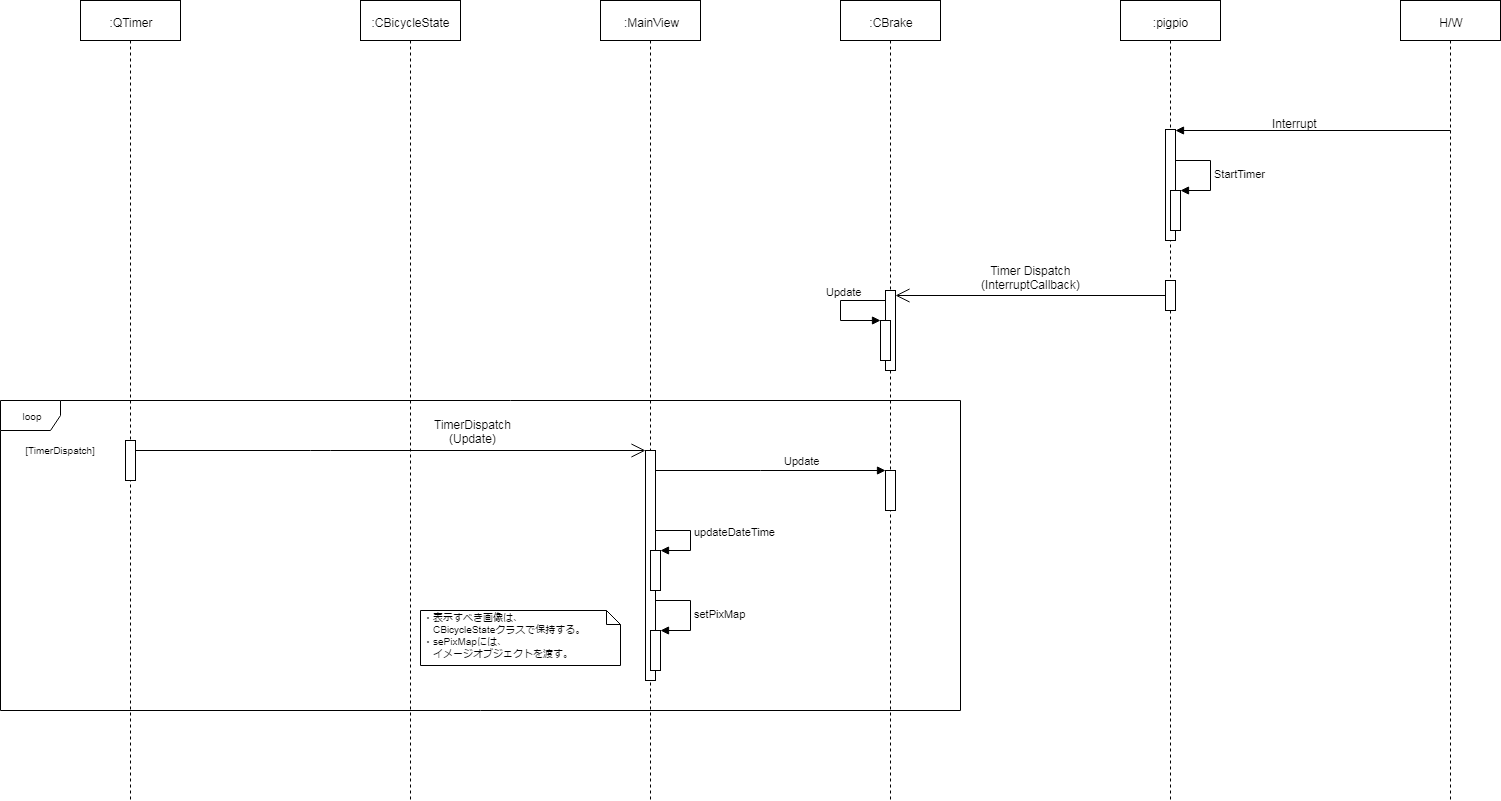
CountrySideEngineer/BicycleFrontPanel keeps this draw.io diagram as dev/doc/diagram/design_diagram-Sequence(brake).png. Above is the earlier version. Source tidied: cells renumbered, new cells last; positions are measured from the earlier drawing's top-left corner, leaving out a move shared by most shapes. Source of this version:
```xml
<mxGraphModel>
  <root>
    <mxCell id="0" />
    <mxCell id="1" parent="0" />
    <mxCell id="2" value="loop" style="shape=umlFrame;whiteSpace=wrap;html=1;strokeColor=#000000;fillColor=#ffffff;fontSize=10;" parent="1" vertex="1">
      <mxGeometry y="400" width="960" height="310" as="geometry" />
    </mxCell>
    <mxCell id="3" value=":CBrake" style="shape=umlLifeline;perimeter=lifelinePerimeter;whiteSpace=wrap;html=1;" parent="1" vertex="1">
      <mxGeometry x="840" width="100" height="800" as="geometry" />
    </mxCell>
    <mxCell id="4" style="html=1;points=[];perimeter=orthogonalPerimeter;" parent="3" vertex="1">
      <mxGeometry x="45" y="290" width="10" height="80" as="geometry" />
    </mxCell>
    <mxCell id="5" style="html=1;points=[];perimeter=orthogonalPerimeter;" parent="3" vertex="1">
      <mxGeometry x="45" y="470" width="10" height="40" as="geometry" />
    </mxCell>
    <mxCell id="6" value=":pigpio" style="shape=umlLifeline;perimeter=lifelinePerimeter;whiteSpace=wrap;html=1;" parent="1" vertex="1">
      <mxGeometry x="1120" width="100" height="800" as="geometry" />
    </mxCell>
    <mxCell id="7" style="html=1;points=[];perimeter=orthogonalPerimeter;" parent="6" vertex="1">
      <mxGeometry x="45" y="129" width="10" height="111" as="geometry" />
    </mxCell>
    <mxCell id="8" style="html=1;points=[];perimeter=orthogonalPerimeter;" parent="6" vertex="1">
      <mxGeometry x="50" y="190" width="10" height="40" as="geometry" />
    </mxCell>
    <mxCell id="9" value="StartTimer" style="edgeStyle=orthogonalEdgeStyle;html=1;align=left;spacingLeft=2;endArrow=block;rounded=0;" parent="6" edge="1" source="7" target="8">
      <mxGeometry relative="1" as="geometry">
        <Array as="points">
          <mxPoint x="90" y="160" />
          <mxPoint x="90" y="190" />
        </Array>
      </mxGeometry>
    </mxCell>
    <mxCell id="10" style="html=1;points=[];perimeter=orthogonalPerimeter;" parent="6" vertex="1">
      <mxGeometry x="45" y="280" width="10" height="30" as="geometry" />
    </mxCell>
    <mxCell id="11" value="H/W" style="shape=umlLifeline;perimeter=lifelinePerimeter;whiteSpace=wrap;html=1;" parent="1" vertex="1">
      <mxGeometry x="1400" width="100" height="800" as="geometry" />
    </mxCell>
    <mxCell id="12" style="endArrow=block;endFill=1;html=1;edgeStyle=orthogonalEdgeStyle;align=left;verticalAlign=top;" parent="1" edge="1">
      <mxGeometry y="-134" relative="1" as="geometry">
        <mxPoint x="1450" y="130" as="sourcePoint" />
        <mxPoint x="1175" y="130" as="targetPoint" />
        <Array as="points">
          <mxPoint x="1450" y="130" />
          <mxPoint x="1175" y="130" />
        </Array>
        <mxPoint x="133" y="114" as="offset" />
      </mxGeometry>
    </mxCell>
    <mxCell id="13" value="Interrupt&lt;br&gt;" style="text;html=1;align=left;verticalAlign=top;spacingTop=-4;" parent="1" vertex="1">
      <mxGeometry x="1270" y="114" width="60" height="10" as="geometry" />
    </mxCell>
    <mxCell id="14" style="endArrow=open;endFill=1;endSize=12;html=1;" parent="1" edge="1" source="10" target="4">
      <mxGeometry relative="1" as="geometry" />
    </mxCell>
    <mxCell id="15" value="Timer Dispatch&lt;br&gt;(InterruptCallback)&lt;br&gt;" style="text;html=1;align=center;verticalAlign=middle;labelBackgroundColor=#ffffff;" parent="14" vertex="1">
      <mxGeometry x="0.15" y="-1" relative="1" as="geometry">
        <mxPoint x="20" y="-18" as="offset" />
      </mxGeometry>
    </mxCell>
    <mxCell id="16" value=":QTimer" style="shape=umlLifeline;perimeter=lifelinePerimeter;whiteSpace=wrap;html=1;" parent="1" vertex="1">
      <mxGeometry x="80" width="100" height="800" as="geometry" />
    </mxCell>
    <mxCell id="17" style="html=1;points=[];perimeter=orthogonalPerimeter;" parent="16" vertex="1">
      <mxGeometry x="45" y="440" width="10" height="40" as="geometry" />
    </mxCell>
    <mxCell id="18" value=":CBicycleState" style="shape=umlLifeline;perimeter=lifelinePerimeter;whiteSpace=wrap;html=1;" parent="1" vertex="1">
      <mxGeometry x="360" width="100" height="800" as="geometry" />
    </mxCell>
    <mxCell id="19" value="Update" style="html=1;verticalAlign=bottom;endArrow=block;rounded=0;" parent="1" edge="1" source="4" target="20">
      <mxGeometry x="-0.21" relative="1" as="geometry">
        <Array as="points">
          <mxPoint x="840" y="300" />
          <mxPoint x="840" y="320" />
        </Array>
      </mxGeometry>
    </mxCell>
    <mxCell id="20" style="html=1;points=[];perimeter=orthogonalPerimeter;" parent="1" vertex="1">
      <mxGeometry x="880" y="320" width="10" height="40" as="geometry" />
    </mxCell>
    <mxCell id="21" style="endArrow=open;endFill=1;endSize=12;html=1;" parent="1" edge="1" source="17" target="25">
      <mxGeometry relative="1" as="geometry">
        <Array as="points">
          <mxPoint x="320" y="450" />
        </Array>
      </mxGeometry>
    </mxCell>
    <mxCell id="22" value="&lt;div&gt;TimerDispatch&lt;/div&gt;&lt;div&gt;(Update)&lt;/div&gt;" style="text;html=1;align=center;verticalAlign=middle;labelBackgroundColor=#ffffff;" parent="21" vertex="1">
      <mxGeometry x="0.44" y="1" relative="1" as="geometry">
        <mxPoint x="-29" y="-19" as="offset" />
      </mxGeometry>
    </mxCell>
    <mxCell id="23" value=":MainView" style="shape=umlLifeline;perimeter=lifelinePerimeter;whiteSpace=wrap;html=1;" parent="1" vertex="1">
      <mxGeometry x="600" width="100" height="800" as="geometry" />
    </mxCell>
    <mxCell id="24" value="・表示すべき画像は、&lt;br&gt;　CBicycleStateクラスで保持する。&lt;br style=&quot;font-size: 10px&quot;&gt;・sePixMapには、&lt;br&gt;　イメージオブジェクトを渡す。&lt;br style=&quot;font-size: 10px&quot;&gt;" style="shape=note;whiteSpace=wrap;html=1;size=14;verticalAlign=top;align=left;spacingTop=-6;strokeColor=#000000;fillColor=#ffffff;fontSize=10;" parent="1" vertex="1">
      <mxGeometry x="420" y="610" width="200" height="55" as="geometry" />
    </mxCell>
    <mxCell id="25" style="html=1;points=[];perimeter=orthogonalPerimeter;" parent="1" vertex="1">
      <mxGeometry x="645" y="450" width="10" height="230" as="geometry" />
    </mxCell>
    <mxCell id="26" value="Update" style="edgeStyle=orthogonalEdgeStyle;html=1;align=left;spacingLeft=2;endArrow=block;rounded=0;" parent="1" edge="1" source="25" target="5">
      <mxGeometry x="0.09" y="10" relative="1" as="geometry">
        <Array as="points">
          <mxPoint x="760" y="470" />
          <mxPoint x="760" y="470" />
        </Array>
      </mxGeometry>
    </mxCell>
    <mxCell id="27" style="html=1;points=[];perimeter=orthogonalPerimeter;strokeColor=#000000;fillColor=#ffffff;" parent="1" vertex="1">
      <mxGeometry x="650" y="630" width="10" height="40" as="geometry" />
    </mxCell>
    <mxCell id="28" value="setPixMap" style="edgeStyle=orthogonalEdgeStyle;html=1;align=left;spacingLeft=2;endArrow=block;rounded=0;entryX=1;entryY=0;" parent="1" edge="1" source="25" target="27">
      <mxGeometry relative="1" as="geometry">
        <Array as="points">
          <mxPoint x="690" y="600" />
          <mxPoint x="690" y="630" />
        </Array>
      </mxGeometry>
    </mxCell>
    <mxCell id="29" style="html=1;points=[];perimeter=orthogonalPerimeter;strokeColor=#000000;fillColor=#ffffff;" parent="1" vertex="1">
      <mxGeometry x="650" y="550" width="10" height="40" as="geometry" />
    </mxCell>
    <mxCell id="30" value="updateDateTime" style="edgeStyle=orthogonalEdgeStyle;html=1;align=left;spacingLeft=2;endArrow=block;rounded=0;entryX=1;entryY=0;" parent="1" edge="1" target="29">
      <mxGeometry x="-0.03" relative="1" as="geometry">
        <mxPoint x="655" y="540.2" as="sourcePoint" />
        <Array as="points">
          <mxPoint x="655" y="530" />
          <mxPoint x="690" y="530" />
          <mxPoint x="690" y="550" />
        </Array>
      </mxGeometry>
    </mxCell>
    <mxCell id="31" value="[TimerDispatch]" style="text;html=1;strokeColor=none;fillColor=none;align=center;verticalAlign=middle;whiteSpace=wrap;rounded=0;fontSize=10;" parent="1" vertex="1">
      <mxGeometry x="10" y="440" width="100" height="20" as="geometry" />
    </mxCell>
  </root>
</mxGraphModel>
```
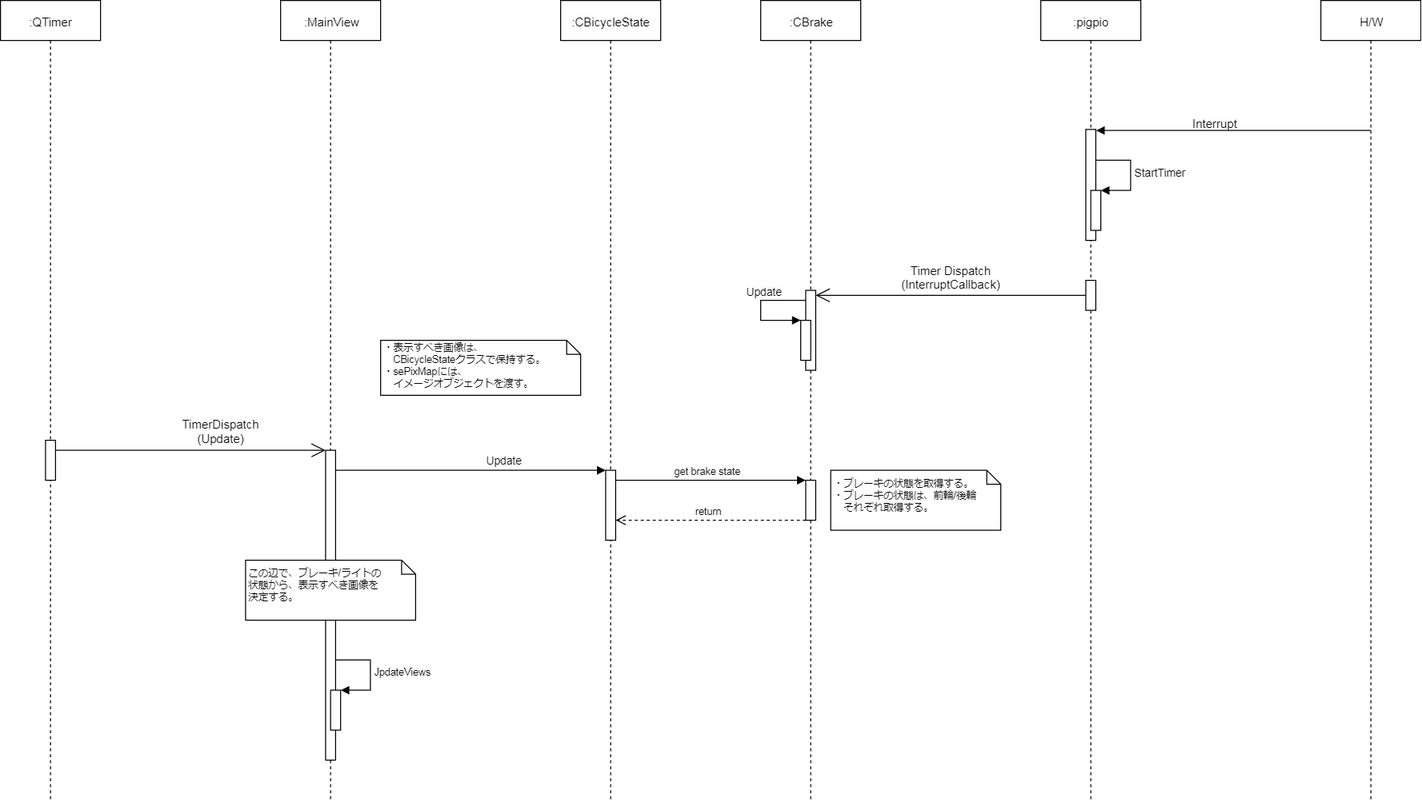
The same file after the commit.

Commit message:
Update design documents. -Update sequence class of brake, rotate, and velocity to update. -Update pictures of upper diagram.

Diff of the diagram source:
```diff
@@ -2,18 +2,15 @@
   <root>
     <mxCell id="0" />
     <mxCell id="1" parent="0" />
-    <mxCell id="2" value="loop" style="shape=umlFrame;whiteSpace=wrap;html=1;strokeColor=#000000;fillColor=#ffffff;fontSize=10;" parent="1" vertex="1">
-      <mxGeometry y="400" width="960" height="310" as="geometry" />
-    </mxCell>
     <mxCell id="3" value=":CBrake" style="shape=umlLifeline;perimeter=lifelinePerimeter;whiteSpace=wrap;html=1;" parent="1" vertex="1">
       <mxGeometry x="840" width="100" height="800" as="geometry" />
     </mxCell>
     <mxCell id="4" style="html=1;points=[];perimeter=orthogonalPerimeter;" parent="3" vertex="1">
       <mxGeometry x="45" y="290" width="10" height="80" as="geometry" />
     </mxCell>
-    <mxCell id="5" style="html=1;points=[];perimeter=orthogonalPerimeter;" parent="3" vertex="1">
-      <mxGeometry x="45" y="470" width="10" height="40" as="geometry" />
-    </mxCell>
+    <mxCell id="32" style="html=1;points=[];perimeter=orthogonalPerimeter;fontSize=10;" parent="3" vertex="1">
+      <mxGeometry x="45" y="480" width="10" height="40" as="geometry" />
+    </mxCell>
     <mxCell id="6" value=":pigpio" style="shape=umlLifeline;perimeter=lifelinePerimeter;whiteSpace=wrap;html=1;" parent="1" vertex="1">
       <mxGeometry x="1120" width="100" height="800" as="geometry" />
     </mxCell>
@@ -66,8 +63,11 @@
       <mxGeometry x="45" y="440" width="10" height="40" as="geometry" />
     </mxCell>
     <mxCell id="18" value=":CBicycleState" style="shape=umlLifeline;perimeter=lifelinePerimeter;whiteSpace=wrap;html=1;" parent="1" vertex="1">
-      <mxGeometry x="360" width="100" height="800" as="geometry" />
+      <mxGeometry x="640" width="100" height="800" as="geometry" />
     </mxCell>
+    <mxCell id="5" style="html=1;points=[];perimeter=orthogonalPerimeter;" parent="18" vertex="1">
+      <mxGeometry x="45" y="470" width="10" height="70" as="geometry" />
+    </mxCell>
     <mxCell id="19" value="Update" style="html=1;verticalAlign=bottom;endArrow=block;rounded=0;" parent="1" edge="1" source="4" target="20">
       <mxGeometry x="-0.21" relative="1" as="geometry">
         <Array as="points">
@@ -92,48 +92,52 @@
       </mxGeometry>
     </mxCell>
     <mxCell id="23" value=":MainView" style="shape=umlLifeline;perimeter=lifelinePerimeter;whiteSpace=wrap;html=1;" parent="1" vertex="1">
-      <mxGeometry x="600" width="100" height="800" as="geometry" />
+      <mxGeometry x="360" width="100" height="800" as="geometry" />
     </mxCell>
+    <mxCell id="25" style="html=1;points=[];perimeter=orthogonalPerimeter;" parent="23" vertex="1">
+      <mxGeometry x="45" y="450" width="10" height="310" as="geometry" />
+    </mxCell>
+    <mxCell id="33" style="html=1;points=[];perimeter=orthogonalPerimeter;fontSize=10;" parent="23" vertex="1">
+      <mxGeometry x="50" y="690" width="10" height="40" as="geometry" />
+    </mxCell>
+    <mxCell id="34" value="JpdateViews" style="edgeStyle=orthogonalEdgeStyle;html=1;align=left;spacingLeft=2;endArrow=block;rounded=0;entryX=1;entryY=0;fontSize=10;" parent="23" edge="1" source="25" target="33">
+      <mxGeometry relative="1" as="geometry">
+        <Array as="points">
+          <mxPoint x="90" y="660" />
+          <mxPoint x="90" y="690" />
+        </Array>
+      </mxGeometry>
+    </mxCell>
     <mxCell id="24" value="・表示すべき画像は、&lt;br&gt;　CBicycleStateクラスで保持する。&lt;br style=&quot;font-size: 10px&quot;&gt;・sePixMapには、&lt;br&gt;　イメージオブジェクトを渡す。&lt;br style=&quot;font-size: 10px&quot;&gt;" style="shape=note;whiteSpace=wrap;html=1;size=14;verticalAlign=top;align=left;spacingTop=-6;strokeColor=#000000;fillColor=#ffffff;fontSize=10;" parent="1" vertex="1">
-      <mxGeometry x="420" y="610" width="200" height="55" as="geometry" />
+      <mxGeometry x="460" y="340" width="200" height="55" as="geometry" />
     </mxCell>
-    <mxCell id="25" style="html=1;points=[];perimeter=orthogonalPerimeter;" parent="1" vertex="1">
-      <mxGeometry x="645" y="450" width="10" height="230" as="geometry" />
-    </mxCell>
     <mxCell id="26" value="Update" style="edgeStyle=orthogonalEdgeStyle;html=1;align=left;spacingLeft=2;endArrow=block;rounded=0;" parent="1" edge="1" source="25" target="5">
       <mxGeometry x="0.09" y="10" relative="1" as="geometry">
         <Array as="points">
-          <mxPoint x="760" y="470" />
-          <mxPoint x="760" y="470" />
+          <mxPoint x="520" y="470" />
+          <mxPoint x="520" y="470" />
         </Array>
       </mxGeometry>
     </mxCell>
-    <mxCell id="27" style="html=1;points=[];perimeter=orthogonalPerimeter;strokeColor=#000000;fillColor=#ffffff;" parent="1" vertex="1">
-      <mxGeometry x="650" y="630" width="10" height="40" as="geometry" />
-    </mxCell>
-    <mxCell id="28" value="setPixMap" style="edgeStyle=orthogonalEdgeStyle;html=1;align=left;spacingLeft=2;endArrow=block;rounded=0;entryX=1;entryY=0;" parent="1" edge="1" source="25" target="27">
-      <mxGeometry relative="1" as="geometry">
-        <Array as="points">
-          <mxPoint x="690" y="600" />
-          <mxPoint x="690" y="630" />
-        </Array>
-      </mxGeometry>
-    </mxCell>
-    <mxCell id="29" style="html=1;points=[];perimeter=orthogonalPerimeter;strokeColor=#000000;fillColor=#ffffff;" parent="1" vertex="1">
-      <mxGeometry x="650" y="550" width="10" height="40" as="geometry" />
-    </mxCell>
-    <mxCell id="30" value="updateDateTime" style="edgeStyle=orthogonalEdgeStyle;html=1;align=left;spacingLeft=2;endArrow=block;rounded=0;entryX=1;entryY=0;" parent="1" edge="1" target="29">
-      <mxGeometry x="-0.03" relative="1" as="geometry">
-        <mxPoint x="655" y="540.2" as="sourcePoint" />
-        <Array as="points">
-          <mxPoint x="655" y="530" />
-          <mxPoint x="690" y="530" />
-          <mxPoint x="690" y="550" />
-        </Array>
-      </mxGeometry>
-    </mxCell>
-    <mxCell id="31" value="[TimerDispatch]" style="text;html=1;strokeColor=none;fillColor=none;align=center;verticalAlign=middle;whiteSpace=wrap;rounded=0;fontSize=10;" parent="1" vertex="1">
-      <mxGeometry x="10" y="440" width="100" height="20" as="geometry" />
-    </mxCell>
+    <mxCell id="35" value="get brake state" style="html=1;verticalAlign=bottom;endArrow=block;fontSize=10;" parent="1" edge="1" source="5" target="32">
+      <mxGeometry relative="1" as="geometry">
+        <Array as="points">
+          <mxPoint x="840" y="480" />
+        </Array>
+      </mxGeometry>
+    </mxCell>
+    <mxCell id="36" value="・ブレーキの状態を取得する。&lt;br&gt;・ブレーキの状態は、前輪/後輪&lt;br&gt;　それぞれ取得する。&lt;br&gt;" style="shape=note;whiteSpace=wrap;html=1;size=14;verticalAlign=middle;align=left;spacingTop=-6;fontSize=10;" parent="1" vertex="1">
+      <mxGeometry x="910" y="470" width="170" height="60" as="geometry" />
+    </mxCell>
+    <mxCell id="37" value="return" style="html=1;verticalAlign=bottom;endArrow=open;dashed=1;endSize=8;fontSize=10;" parent="1" edge="1" source="32" target="5">
+      <mxGeometry relative="1" as="geometry">
+        <Array as="points">
+          <mxPoint x="730" y="520" />
+        </Array>
+      </mxGeometry>
+    </mxCell>
+    <mxCell id="38" value="この辺で、ブレーキ/ライトの&lt;br&gt;状態から、表示すべき画像を&lt;br&gt;決定する。&lt;br&gt;" style="shape=note;whiteSpace=wrap;html=1;size=14;verticalAlign=middle;align=left;spacingTop=-6;fontSize=10;" parent="1" vertex="1">
+      <mxGeometry x="325" y="560" width="170" height="60" as="geometry" />
+    </mxCell>
   </root>
 </mxGraphModel>
```
